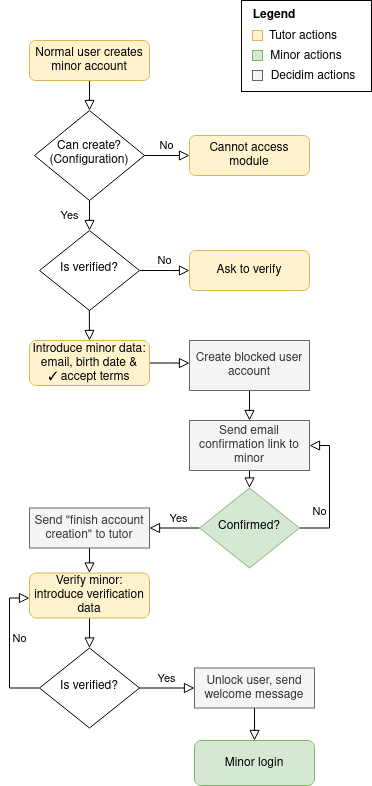
This is docs/create_minor_account.png from AjuntamentdeBarcelona/decidim-module-kids, a draw.io export, as it was before one commit. Source tidied: cells renumbered, new cells last; positions are measured from the earlier drawing's top-left corner, leaving out a move shared by most shapes.
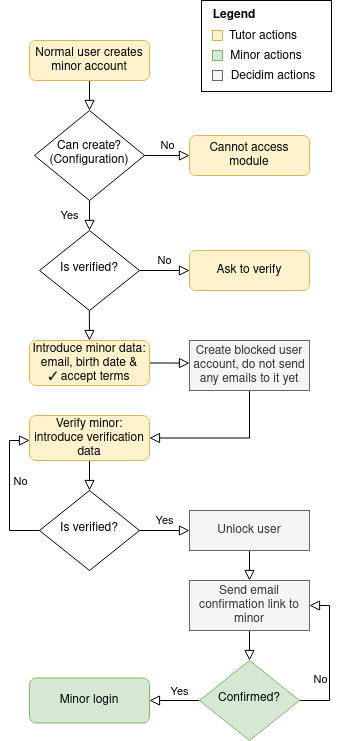
After the commit.

The edit, as a diff of the source:
```diff
@@ -20,7 +20,7 @@
     <mxCell id="7" value="Cannot access module" style="rounded=1;whiteSpace=wrap;html=1;fontSize=12;glass=0;strokeWidth=1;shadow=0;fillColor=#fff2cc;strokeColor=#d6b656;" parent="1" vertex="1">
       <mxGeometry x="160" y="135" width="120" height="40" as="geometry" />
     </mxCell>
-    <mxCell id="8" value="No" style="edgeStyle=orthogonalEdgeStyle;rounded=0;html=1;jettySize=auto;fontSize=11;endArrow=block;endFill=0;endSize=8;strokeWidth=1;shadow=0;labelBackgroundColor=none;" parent="1" edge="1" source="9" target="12">
+    <mxCell id="8" value="No" style="edgeStyle=orthogonalEdgeStyle;rounded=0;html=1;jettySize=auto;fontSize=11;endArrow=block;endFill=0;endSize=8;strokeWidth=1;shadow=0;labelBackgroundColor=none;" parent="1" edge="1" source="9" target="10">
       <mxGeometry y="10" relative="1" as="geometry">
         <Array as="points">
           <mxPoint x="140" y="270" />
@@ -31,117 +31,115 @@
     <mxCell id="9" value="Is verified?" style="rhombus;whiteSpace=wrap;html=1;shadow=0;fontFamily=Helvetica;fontSize=12;align=center;strokeWidth=1;spacing=6;spacingTop=-4;" parent="1" vertex="1">
       <mxGeometry x="10" y="230" width="100" height="80" as="geometry" />
     </mxCell>
-    <mxCell id="10" style="edgeStyle=orthogonalEdgeStyle;rounded=0;jettySize=auto;html=1;entryX=0.5;entryY=0;entryDx=0;entryDy=0;endArrow=block;endFill=0;endSize=8;" parent="1" edge="1" source="11" target="33">
-      <mxGeometry relative="1" as="geometry" />
+    <mxCell id="10" value="Ask to verify" style="rounded=1;whiteSpace=wrap;html=1;fontSize=12;glass=0;strokeWidth=1;shadow=0;fillColor=#fff2cc;strokeColor=#d6b656;" parent="1" vertex="1">
+      <mxGeometry x="160" y="250" width="120" height="40" as="geometry" />
     </mxCell>
-    <mxCell id="11" value="Unlock user, send welcome message" style="rounded=0;whiteSpace=wrap;html=1;fontSize=12;glass=0;strokeWidth=1;shadow=0;fillColor=#f5f5f5;fontColor=#333333;strokeColor=#666666;" parent="1" vertex="1">
-      <mxGeometry x="165" y="667.5" width="120" height="40" as="geometry" />
+    <mxCell id="11" style="edgeStyle=orthogonalEdgeStyle;rounded=0;jettySize=auto;html=1;entryX=0;entryY=0.556;entryDx=0;entryDy=0;entryPerimeter=0;endArrow=block;endFill=0;endSize=8;exitX=0;exitY=0.5;exitDx=0;exitDy=0;" parent="1" edge="1" source="13" target="19">
+      <mxGeometry relative="1" as="geometry" />
     </mxCell>
-    <mxCell id="12" value="Ask to verify" style="rounded=1;whiteSpace=wrap;html=1;fontSize=12;glass=0;strokeWidth=1;shadow=0;fillColor=#fff2cc;strokeColor=#d6b656;" parent="1" vertex="1">
-      <mxGeometry x="160" y="250" width="120" height="40" as="geometry" />
+    <mxCell id="12" value="No" style="edgeLabel;html=1;align=center;verticalAlign=middle;points=[];" parent="11" vertex="1">
+      <mxGeometry x="0.28" y="-2" relative="1" as="geometry">
+        <mxPoint x="8" y="10" as="offset" />
+      </mxGeometry>
     </mxCell>
-    <mxCell id="13" style="edgeStyle=orthogonalEdgeStyle;rounded=0;jettySize=auto;html=1;entryX=0;entryY=0.556;entryDx=0;entryDy=0;entryPerimeter=0;endArrow=block;endFill=0;endSize=8;exitX=0;exitY=0.5;exitDx=0;exitDy=0;" parent="1" edge="1" source="15" target="30">
-      <mxGeometry relative="1" as="geometry" />
+    <mxCell id="13" value="Is verified?" style="rhombus;whiteSpace=wrap;html=1;shadow=0;fontFamily=Helvetica;fontSize=12;align=center;strokeWidth=1;spacing=6;spacingTop=-4;" parent="1" vertex="1">
+      <mxGeometry x="10" y="490" width="100" height="80" as="geometry" />
     </mxCell>
-    <mxCell id="14" value="No" style="edgeLabel;html=1;align=center;verticalAlign=middle;" parent="13" vertex="1">
-      <mxGeometry x="0.28" y="-2" relative="1" as="geometry">
-        <mxPoint x="8" y="10" as="offset" />
+    <mxCell id="14" value="Yes" style="edgeStyle=orthogonalEdgeStyle;rounded=0;html=1;jettySize=auto;fontSize=11;endArrow=block;endFill=0;endSize=8;strokeWidth=1;shadow=0;labelBackgroundColor=none;entryX=0;entryY=0.5;entryDx=0;entryDy=0;exitX=1;exitY=0.5;exitDx=0;exitDy=0;" parent="1" edge="1" source="13">
+      <mxGeometry y="10" relative="1" as="geometry">
+        <mxPoint x="160" y="530" as="targetPoint" />
       </mxGeometry>
     </mxCell>
-    <mxCell id="15" value="Is verified?" style="rhombus;whiteSpace=wrap;html=1;shadow=0;fontFamily=Helvetica;fontSize=12;align=center;strokeWidth=1;spacing=6;spacingTop=-4;" parent="1" vertex="1">
-      <mxGeometry x="10" y="647.5" width="100" height="80" as="geometry" />
+    <mxCell id="15" style="edgeStyle=orthogonalEdgeStyle;rounded=0;jettySize=auto;html=1;exitX=1;exitY=0.5;exitDx=0;exitDy=0;entryX=0;entryY=0.453;entryDx=0;entryDy=0;entryPerimeter=0;endArrow=block;endFill=0;endSize=8;" parent="1" edge="1" source="16" target="21">
+      <mxGeometry relative="1" as="geometry" />
     </mxCell>
-    <mxCell id="16" value="Yes" style="edgeStyle=orthogonalEdgeStyle;rounded=0;html=1;jettySize=auto;fontSize=11;endArrow=block;endFill=0;endSize=8;strokeWidth=1;shadow=0;labelBackgroundColor=none;entryX=0;entryY=0.5;entryDx=0;entryDy=0;exitX=1;exitY=0.5;exitDx=0;exitDy=0;" parent="1" edge="1" source="15" target="11">
-      <mxGeometry y="10" relative="1" as="geometry" />
+    <mxCell id="16" value="&lt;div&gt;Introduce minor data: email, birth date &amp;amp;&lt;/div&gt;&lt;div&gt;✓ accept terms&lt;/div&gt;" style="rounded=1;whiteSpace=wrap;html=1;fontSize=12;glass=0;strokeWidth=1;shadow=0;fillColor=#fff2cc;strokeColor=#d6b656;" parent="1" vertex="1">
+      <mxGeometry y="340" width="120" height="45" as="geometry" />
     </mxCell>
-    <mxCell id="17" style="edgeStyle=orthogonalEdgeStyle;rounded=0;jettySize=auto;html=1;exitX=1;exitY=0.5;exitDx=0;exitDy=0;entryX=0;entryY=0.453;entryDx=0;entryDy=0;entryPerimeter=0;endArrow=block;endFill=0;endSize=8;" parent="1" edge="1" source="18" target="32">
-      <mxGeometry relative="1" as="geometry" />
+    <mxCell id="17" style="rounded=0;html=1;jettySize=auto;fontSize=11;endArrow=block;endFill=0;endSize=8;strokeWidth=1;shadow=0;labelBackgroundColor=none;edgeStyle=orthogonalEdgeStyle;entryX=0.5;entryY=0;entryDx=0;entryDy=0;" parent="1" edge="1" target="16">
+      <mxGeometry relative="1" as="geometry">
+        <mxPoint x="59.8" y="310" as="sourcePoint" />
+      </mxGeometry>
     </mxCell>
-    <mxCell id="18" value="&lt;div&gt;Introduce minor data: email, birth date &amp;amp;&lt;/div&gt;&lt;div&gt;✓ accept terms&lt;/div&gt;" style="rounded=1;whiteSpace=wrap;html=1;fontSize=12;glass=0;strokeWidth=1;shadow=0;fillColor=#fff2cc;strokeColor=#d6b656;" parent="1" vertex="1">
-      <mxGeometry y="340" width="120" height="45" as="geometry" />
+    <mxCell id="18" style="edgeStyle=orthogonalEdgeStyle;rounded=0;jettySize=auto;html=1;exitX=0.5;exitY=1;exitDx=0;exitDy=0;entryX=0.5;entryY=0;entryDx=0;entryDy=0;endArrow=block;endFill=0;endSize=8;" parent="1" edge="1" source="19" target="13">
+      <mxGeometry relative="1" as="geometry" />
     </mxCell>
-    <mxCell id="19" style="rounded=0;html=1;jettySize=auto;fontSize=11;endArrow=block;endFill=0;endSize=8;strokeWidth=1;shadow=0;labelBackgroundColor=none;edgeStyle=orthogonalEdgeStyle;entryX=0.5;entryY=0;entryDx=0;entryDy=0;" parent="1" edge="1" target="18">
-      <mxGeometry relative="1" as="geometry">
-        <mxPoint x="59.8" y="310" as="sourcePoint" />
-      </mxGeometry>
+    <mxCell id="19" value="Verify minor: introduce verification data" style="rounded=1;whiteSpace=wrap;html=1;fontSize=12;glass=0;strokeWidth=1;shadow=0;fillColor=#fff2cc;strokeColor=#d6b656;" parent="1" vertex="1">
+      <mxGeometry y="415" width="120" height="45" as="geometry" />
     </mxCell>
-    <mxCell id="20" style="edgeStyle=orthogonalEdgeStyle;rounded=0;jettySize=auto;html=1;exitX=0.5;exitY=1;exitDx=0;exitDy=0;entryX=0.5;entryY=0;entryDx=0;entryDy=0;endArrow=block;endFill=0;endSize=8;" parent="1" edge="1" source="21" target="26">
+    <mxCell id="20" style="edgeStyle=orthogonalEdgeStyle;rounded=0;jettySize=auto;html=1;entryX=1;entryY=0.5;entryDx=0;entryDy=0;endArrow=block;endFill=0;endSize=8;exitX=0.5;exitY=1;exitDx=0;exitDy=0;" parent="1" edge="1" source="21" target="19">
       <mxGeometry relative="1" as="geometry" />
     </mxCell>
-    <mxCell id="21" value="Send email confirmation link to minor" style="rounded=0;whiteSpace=wrap;html=1;fontSize=12;glass=0;strokeWidth=1;shadow=0;fillColor=#f5f5f5;fontColor=#333333;strokeColor=#666666;" parent="1" vertex="1">
-      <mxGeometry x="160" y="420" width="120" height="50" as="geometry" />
+    <mxCell id="21" value="Create blocked user account, do not send any emails to it yet" style="rounded=0;whiteSpace=wrap;html=1;fontSize=12;glass=0;strokeWidth=1;shadow=0;fillColor=#f5f5f5;fontColor=#333333;strokeColor=#666666;" parent="1" vertex="1">
+      <mxGeometry x="160" y="340" width="120" height="50" as="geometry" />
     </mxCell>
-    <mxCell id="22" style="edgeStyle=orthogonalEdgeStyle;rounded=0;jettySize=auto;html=1;exitX=0;exitY=0.5;exitDx=0;exitDy=0;endArrow=block;endFill=0;endSize=8;" parent="1" edge="1" source="26" target="28">
-      <mxGeometry relative="1" as="geometry" />
+    <mxCell id="22" style="group;" parent="1" vertex="1">
+      <mxGeometry x="160" width="142" height="91" as="geometry" />
     </mxCell>
-    <mxCell id="23" value="&lt;div&gt;Yes&lt;/div&gt;" style="edgeLabel;html=1;align=center;verticalAlign=middle;" parent="22" vertex="1">
-      <mxGeometry x="-0.15" y="1" relative="1" as="geometry">
-        <mxPoint y="-11" as="offset" />
-      </mxGeometry>
+    <mxCell id="23" style="rounded=0;whiteSpace=wrap;html=1;" parent="22" vertex="1">
+      <mxGeometry x="12" width="130" height="91" as="geometry" />
     </mxCell>
-    <mxCell id="24" style="edgeStyle=orthogonalEdgeStyle;rounded=0;jettySize=auto;html=1;exitX=1;exitY=0.5;exitDx=0;exitDy=0;endArrow=block;endFill=0;endSize=8;entryX=1;entryY=0.5;entryDx=0;entryDy=0;" parent="1" edge="1" source="26" target="21">
-      <mxGeometry relative="1" as="geometry">
-        <Array as="points">
-          <mxPoint x="300" y="527.5" />
-          <mxPoint x="300" y="445.5" />
-        </Array>
-      </mxGeometry>
+    <mxCell id="24" style="whiteSpace=wrap;html=1;fillColor=#fff2cc;strokeColor=#d6b656;" parent="22" vertex="1">
+      <mxGeometry x="23" y="30" width="10" height="10" as="geometry" />
     </mxCell>
-    <mxCell id="25" value="No" style="edgeLabel;html=1;align=center;verticalAlign=middle;" parent="24" vertex="1">
-      <mxGeometry x="-0.3" y="1" relative="1" as="geometry">
-        <mxPoint x="-9" y="-1" as="offset" />
-      </mxGeometry>
+    <mxCell id="25" value="Tutor actions" style="text;html=1;strokeColor=none;fillColor=none;align=center;verticalAlign=middle;whiteSpace=wrap;rounded=0;spacing=0;" parent="22" vertex="1">
+      <mxGeometry x="29" y="21" width="90" height="30" as="geometry" />
     </mxCell>
-    <mxCell id="26" value="Confirmed?" style="rhombus;whiteSpace=wrap;html=1;shadow=0;fontFamily=Helvetica;fontSize=12;align=center;strokeWidth=1;spacing=6;spacingTop=-4;fillColor=#d5e8d4;strokeColor=#82b366;" parent="1" vertex="1">
-      <mxGeometry x="170" y="487.5" width="100" height="80" as="geometry" />
+    <mxCell id="26" style="whiteSpace=wrap;html=1;fillColor=#d5e8d4;strokeColor=#82b366;" parent="22" vertex="1">
+      <mxGeometry x="23" y="50" width="10" height="10" as="geometry" />
     </mxCell>
-    <mxCell id="27" style="edgeStyle=orthogonalEdgeStyle;rounded=0;jettySize=auto;html=1;exitX=0.5;exitY=1;exitDx=0;exitDy=0;endArrow=block;endFill=0;endSize=8;entryX=0.5;entryY=0;entryDx=0;entryDy=0;" parent="1" edge="1" source="28" target="30">
-      <mxGeometry relative="1" as="geometry" />
+    <mxCell id="27" value="Minor actions" style="text;strokeColor=none;fillColor=none;align=center;verticalAlign=middle;whiteSpace=wrap;rounded=0;spacing=0;labelPosition=center;verticalLabelPosition=middle;" parent="22" vertex="1">
+      <mxGeometry x="32" y="41" width="90" height="30" as="geometry" />
     </mxCell>
-    <mxCell id="28" value="Send &quot;finish account creation&quot; to tutor" style="rounded=0;whiteSpace=wrap;html=1;fontSize=12;glass=0;strokeWidth=1;shadow=0;fillColor=#f5f5f5;fontColor=#333333;strokeColor=#666666;" parent="1" vertex="1">
-      <mxGeometry y="507.5" width="120" height="40" as="geometry" />
+    <mxCell id="28" style="whiteSpace=wrap;html=1;fillColor=#f5f5f5;strokeColor=#666666;fontColor=#333333;" parent="22" vertex="1">
+      <mxGeometry x="23" y="70" width="10" height="10" as="geometry" />
     </mxCell>
-    <mxCell id="29" style="edgeStyle=orthogonalEdgeStyle;rounded=0;jettySize=auto;html=1;exitX=0.5;exitY=1;exitDx=0;exitDy=0;entryX=0.5;entryY=0;entryDx=0;entryDy=0;endArrow=block;endFill=0;endSize=8;" parent="1" edge="1" source="30" target="15">
-      <mxGeometry relative="1" as="geometry" />
+    <mxCell id="29" value="Decidim actions" style="text;strokeColor=none;fillColor=none;align=center;verticalAlign=middle;whiteSpace=wrap;rounded=0;spacing=0;labelPosition=center;verticalLabelPosition=middle;" parent="22" vertex="1">
+      <mxGeometry x="39" y="61" width="90" height="30" as="geometry" />
     </mxCell>
-    <mxCell id="30" value="Verify minor: introduce verification data" style="rounded=1;whiteSpace=wrap;html=1;fontSize=12;glass=0;strokeWidth=1;shadow=0;fillColor=#fff2cc;strokeColor=#d6b656;" parent="1" vertex="1">
-      <mxGeometry y="572.5" width="120" height="45" as="geometry" />
+    <mxCell id="30" value="&lt;b&gt;Legend&lt;/b&gt;" style="text;html=1;strokeColor=none;fillColor=none;align=center;verticalAlign=middle;whiteSpace=wrap;rounded=0;spacing=0;" parent="22" vertex="1">
+      <mxGeometry width="90" height="30" as="geometry" />
     </mxCell>
-    <mxCell id="31" style="edgeStyle=orthogonalEdgeStyle;rounded=0;jettySize=auto;html=1;entryX=0.5;entryY=0;entryDx=0;entryDy=0;endArrow=block;endFill=0;endSize=8;" parent="1" edge="1" source="32" target="21">
+    <mxCell id="31" style="edgeStyle=orthogonalEdgeStyle;rounded=0;jettySize=auto;html=1;exitX=0.5;exitY=1;exitDx=0;exitDy=0;entryX=0.5;entryY=0;entryDx=0;entryDy=0;endArrow=block;endFill=0;endSize=8;" parent="1" edge="1" source="32" target="37">
       <mxGeometry relative="1" as="geometry" />
     </mxCell>
-    <mxCell id="32" value="Create blocked user account" style="rounded=0;whiteSpace=wrap;html=1;fontSize=12;glass=0;strokeWidth=1;shadow=0;fillColor=#f5f5f5;fontColor=#333333;strokeColor=#666666;" parent="1" vertex="1">
-      <mxGeometry x="160" y="340" width="120" height="50" as="geometry" />
+    <mxCell id="32" value="Send email confirmation link to minor" style="rounded=0;whiteSpace=wrap;html=1;fontSize=12;glass=0;strokeWidth=1;shadow=0;fillColor=#f5f5f5;fontColor=#333333;strokeColor=#666666;" parent="1" vertex="1">
+      <mxGeometry x="160" y="580" width="120" height="50" as="geometry" />
     </mxCell>
-    <mxCell id="33" value="Minor login" style="rounded=1;whiteSpace=wrap;html=1;fontSize=12;glass=0;strokeWidth=1;shadow=0;fillColor=#d5e8d4;strokeColor=#82b366;" parent="1" vertex="1">
-      <mxGeometry x="165" y="740" width="120" height="45" as="geometry" />
+    <mxCell id="33" style="edgeStyle=orthogonalEdgeStyle;rounded=0;jettySize=auto;html=1;exitX=0;exitY=0.5;exitDx=0;exitDy=0;endArrow=block;endFill=0;endSize=8;" parent="1" edge="1" source="37">
+      <mxGeometry relative="1" as="geometry">
+        <mxPoint x="120" y="700" as="targetPoint" />
+      </mxGeometry>
     </mxCell>
-    <mxCell id="34" style="group;" parent="1" vertex="1">
-      <mxGeometry x="200" width="142" height="91" as="geometry" />
+    <mxCell id="34" value="&lt;div&gt;Yes&lt;/div&gt;" style="edgeLabel;html=1;align=center;verticalAlign=middle;" parent="33" vertex="1">
+      <mxGeometry x="-0.15" y="1" relative="1" as="geometry">
+        <mxPoint y="-11" as="offset" />
+      </mxGeometry>
     </mxCell>
-    <mxCell id="35" style="rounded=0;whiteSpace=wrap;html=1;" parent="34" vertex="1">
-      <mxGeometry x="12" width="130" height="91" as="geometry" />
+    <mxCell id="35" style="edgeStyle=orthogonalEdgeStyle;rounded=0;jettySize=auto;html=1;exitX=1;exitY=0.5;exitDx=0;exitDy=0;endArrow=block;endFill=0;endSize=8;entryX=1;entryY=0.5;entryDx=0;entryDy=0;" parent="1" edge="1" source="37" target="32">
+      <mxGeometry relative="1" as="geometry">
+        <Array as="points">
+          <mxPoint x="300" y="700" />
+          <mxPoint x="300" y="605" />
+        </Array>
+      </mxGeometry>
     </mxCell>
-    <mxCell id="36" style="whiteSpace=wrap;html=1;fillColor=#fff2cc;strokeColor=#d6b656;" parent="34" vertex="1">
-      <mxGeometry x="23" y="30" width="10" height="10" as="geometry" />
+    <mxCell id="36" value="No" style="edgeLabel;html=1;align=center;verticalAlign=middle;" parent="35" vertex="1">
+      <mxGeometry x="-0.3" y="1" relative="1" as="geometry">
+        <mxPoint x="-9" y="-1" as="offset" />
+      </mxGeometry>
     </mxCell>
-    <mxCell id="37" value="Tutor actions" style="text;html=1;strokeColor=none;fillColor=none;align=center;verticalAlign=middle;whiteSpace=wrap;rounded=0;spacing=0;" parent="34" vertex="1">
-      <mxGeometry x="29" y="21" width="90" height="30" as="geometry" />
+    <mxCell id="37" value="Confirmed?" style="rhombus;whiteSpace=wrap;html=1;shadow=0;fontFamily=Helvetica;fontSize=12;align=center;strokeWidth=1;spacing=6;spacingTop=-4;fillColor=#d5e8d4;strokeColor=#82b366;" parent="1" vertex="1">
+      <mxGeometry x="170" y="660" width="100" height="80" as="geometry" />
     </mxCell>
-    <mxCell id="38" style="whiteSpace=wrap;html=1;fillColor=#d5e8d4;strokeColor=#82b366;" parent="34" vertex="1">
-      <mxGeometry x="23" y="50" width="10" height="10" as="geometry" />
+    <mxCell id="38" style="edgeStyle=orthogonalEdgeStyle;rounded=0;jettySize=auto;html=1;exitX=0.5;exitY=1;exitDx=0;exitDy=0;entryX=0.5;entryY=0;entryDx=0;entryDy=0;endArrow=block;endFill=0;endSize=8;" parent="1" edge="1" source="39" target="32">
+      <mxGeometry relative="1" as="geometry" />
     </mxCell>
-    <mxCell id="39" value="Minor actions" style="text;strokeColor=none;fillColor=none;align=center;verticalAlign=middle;whiteSpace=wrap;rounded=0;spacing=0;labelPosition=center;verticalLabelPosition=middle;" parent="34" vertex="1">
-      <mxGeometry x="32" y="41" width="90" height="30" as="geometry" />
+    <mxCell id="39" value="Unlock user" style="rounded=0;whiteSpace=wrap;html=1;fontSize=12;glass=0;strokeWidth=1;shadow=0;fillColor=#f5f5f5;fontColor=#333333;strokeColor=#666666;" parent="1" vertex="1">
+      <mxGeometry x="160" y="510" width="120" height="40" as="geometry" />
     </mxCell>
-    <mxCell id="40" style="whiteSpace=wrap;html=1;fillColor=#f5f5f5;strokeColor=#666666;fontColor=#333333;" parent="34" vertex="1">
-      <mxGeometry x="23" y="70" width="10" height="10" as="geometry" />
+    <mxCell id="40" value="Minor login" style="rounded=1;whiteSpace=wrap;html=1;fontSize=12;glass=0;strokeWidth=1;shadow=0;fillColor=#d5e8d4;strokeColor=#82b366;" parent="1" vertex="1">
+      <mxGeometry y="677.5" width="120" height="45" as="geometry" />
     </mxCell>
-    <mxCell id="41" value="Decidim actions" style="text;strokeColor=none;fillColor=none;align=center;verticalAlign=middle;whiteSpace=wrap;rounded=0;spacing=0;labelPosition=center;verticalLabelPosition=middle;" parent="34" vertex="1">
-      <mxGeometry x="39" y="61" width="90" height="30" as="geometry" />
-    </mxCell>
-    <mxCell id="42" value="&lt;b&gt;Legend&lt;/b&gt;" style="text;html=1;strokeColor=none;fillColor=none;align=center;verticalAlign=middle;whiteSpace=wrap;rounded=0;spacing=0;" parent="34" vertex="1">
-      <mxGeometry width="90" height="30" as="geometry" />
-    </mxCell>
   </root>
 </mxGraphModel>
```
